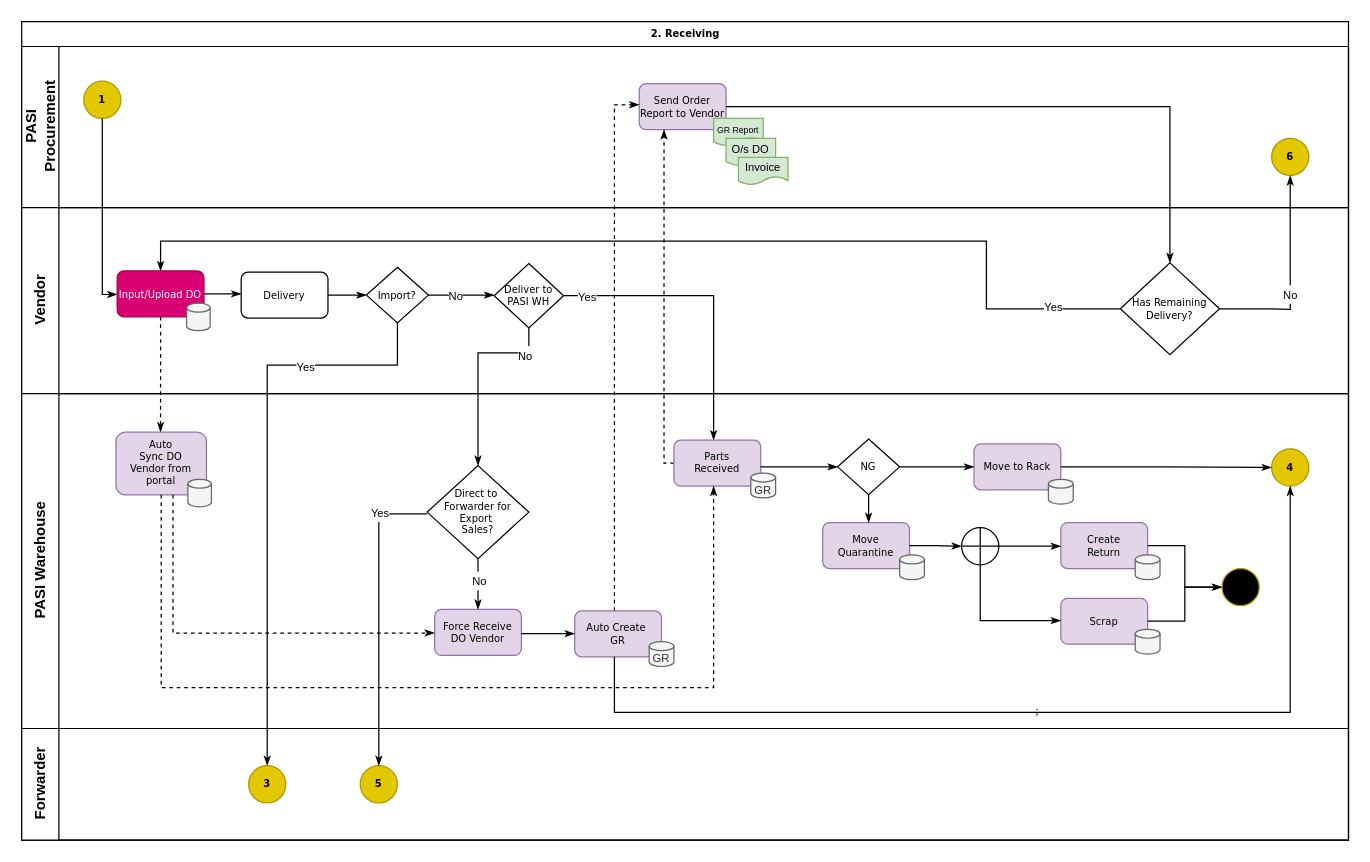
This is page "2. Receiving" (3 of 7) of PASI - WMS.drawio from hendrasaputra0501/pasi-bpa, a draw.io file, before an edit. Source tidied: cells renumbered, new cells numbered last; positions are measured from the earlier drawing's top-left corner, leaving out a move shared by most shapes. Both pictures are drawn from the tidied source at 124%, with x=0, y=0 at pixel (21, 21).
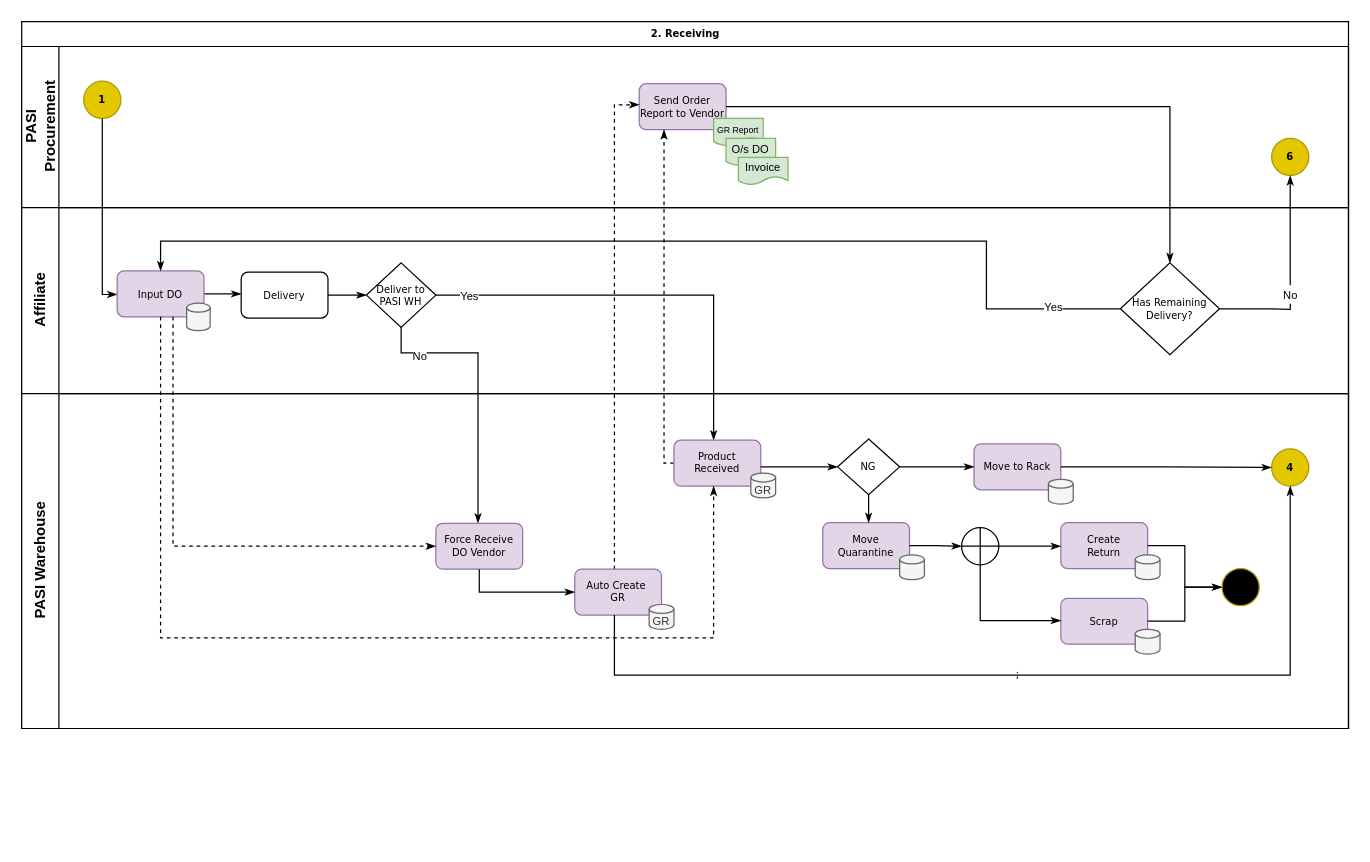
The same diagram, later.

Unchanged cells that the change refers to:
```xml
<mxCell id="13" value="Delivery" style="rounded=1;whiteSpace=wrap;html=1;shadow=0;labelBackgroundColor=none;strokeWidth=1;fontFamily=Verdana;fontSize=8;align=center;" parent="12" vertex="1">
  <mxGeometry x="177" y="52" width="70" height="37" as="geometry" />
</mxCell>
<mxCell id="32" value="PASI Warehouse" style="swimlane;html=1;startSize=30;horizontal=0;" parent="2" vertex="1">
  <mxGeometry y="300" width="1070" height="270" as="geometry" />
</mxCell>
<mxCell id="55" value="&lt;b&gt;4&lt;/b&gt;" style="ellipse;whiteSpace=wrap;html=1;rounded=0;shadow=0;labelBackgroundColor=none;strokeWidth=1;fontFamily=Verdana;fontSize=8;align=center;fillColor=#e3c800;strokeColor=#B09500;verticalAlign=middle;fontColor=#000000;" parent="32" vertex="1">
  <mxGeometry x="1008" y="44.5" width="30" height="30" as="geometry" />
</mxCell>
```

Change to the diagram source:
```diff
@@
     <mxCell id="2" value="2. Receiving" style="swimlane;html=1;horizontal=1;startSize=20;rounded=0;shadow=0;labelBackgroundColor=none;strokeWidth=1;fontFamily=Verdana;fontSize=8;align=center;" parent="1" vertex="1">
-      <mxGeometry width="1070" height="660" as="geometry" />
+      <mxGeometry width="1070" height="570" as="geometry" />
     </mxCell>
@@
-    <mxCell id="12" value="Vendor" style="swimlane;html=1;startSize=30;horizontal=0;" parent="2" vertex="1">
+    <mxCell id="12" value="Affiliate" style="swimlane;html=1;startSize=30;horizontal=0;" parent="2" vertex="1">
       <mxGeometry y="150" width="1070" height="150" as="geometry" />
     </mxCell>
@@
-    <mxCell id="16" value="Input/Upload DO" style="rounded=1;whiteSpace=wrap;html=1;shadow=0;labelBackgroundColor=none;strokeWidth=1;fontFamily=Verdana;fontSize=8;align=center;strokeColor=#A50040;verticalAlign=middle;fontColor=#ffffff;fillColor=#d80073;" parent="12" vertex="1">
+    <mxCell id="16" value="Input DO" style="rounded=1;whiteSpace=wrap;html=1;shadow=0;labelBackgroundColor=none;strokeWidth=1;fontFamily=Verdana;fontSize=8;align=center;strokeColor=#9673a6;verticalAlign=middle;fontColor=default;fillColor=#e1d5e7;" parent="12" vertex="1">
       <mxGeometry x="77" y="51" width="70" height="37" as="geometry" />
     </mxCell>
@@
-    <mxCell id="18" value="Import?" style="strokeWidth=1;html=1;shape=mxgraph.flowchart.decision;whiteSpace=wrap;rounded=1;shadow=0;labelBackgroundColor=none;fontFamily=Verdana;fontSize=8;align=center;" parent="12" vertex="1">
-      <mxGeometry x="278" y="48" width="50" height="45" as="geometry" />
-    </mxCell>
-    <mxCell id="19" style="edgeStyle=orthogonalEdgeStyle;rounded=0;html=1;labelBackgroundColor=none;startArrow=none;startFill=0;startSize=5;endArrow=classicThin;endFill=1;endSize=5;jettySize=auto;strokeWidth=1;fontFamily=Verdana;fontSize=8;" parent="12" edge="1" source="13" target="18">
+    <mxCell id="19" style="edgeStyle=orthogonalEdgeStyle;rounded=0;html=1;labelBackgroundColor=none;startArrow=none;startFill=0;startSize=5;endArrow=classicThin;endFill=1;endSize=5;jettySize=auto;strokeWidth=1;fontFamily=Verdana;fontSize=8;" parent="12" edge="1" source="13" target="20">
       <mxGeometry relative="1" as="geometry" />
     </mxCell>
     <mxCell id="20" value="Deliver to PASI WH" style="strokeWidth=1;html=1;shape=mxgraph.flowchart.decision;whiteSpace=wrap;rounded=1;shadow=0;labelBackgroundColor=none;fontFamily=Verdana;fontSize=8;align=center;" parent="12" vertex="1">
-      <mxGeometry x="381" y="45" width="56" height="52" as="geometry" />
+      <mxGeometry x="278" y="44.5" width="56" height="52" as="geometry" />
     </mxCell>
-    <mxCell id="21" style="edgeStyle=orthogonalEdgeStyle;rounded=0;html=1;labelBackgroundColor=none;startArrow=none;startFill=0;startSize=5;endArrow=classicThin;endFill=1;endSize=5;jettySize=auto;strokeWidth=1;fontFamily=Verdana;fontSize=8;" parent="12" edge="1" source="18" target="20">
-      <mxGeometry relative="1" as="geometry">
-        <Array as="points">
-          <mxPoint x="368" y="70" />
-          <mxPoint x="368" y="70" />
-        </Array>
-      </mxGeometry>
-    </mxCell>
-    <mxCell id="22" value="&lt;font style=&quot;font-size: 9px;&quot;&gt;No&lt;/font&gt;" style="edgeLabel;html=1;align=center;verticalAlign=middle;fontSize=12;" parent="21" vertex="1">
-      <mxGeometry x="-0.19" relative="1" as="geometry" />
-    </mxCell>
@@
-    <mxCell id="28" style="edgeStyle=orthogonalEdgeStyle;rounded=0;html=1;labelBackgroundColor=none;startArrow=none;startFill=0;startSize=5;endArrow=classicThin;endFill=1;endSize=5;jettySize=auto;strokeWidth=1;fontFamily=Verdana;fontSize=8;" parent="2" edge="1" source="20" target="63">
+    <mxCell id="28" style="edgeStyle=orthogonalEdgeStyle;rounded=0;html=1;labelBackgroundColor=none;startArrow=none;startFill=0;startSize=5;endArrow=classicThin;endFill=1;endSize=5;jettySize=auto;strokeWidth=1;fontFamily=Verdana;fontSize=8;" parent="2" edge="1" source="20" target="35">
       <mxGeometry relative="1" as="geometry">
         <Array as="points">
-          <mxPoint x="409" y="267" />
+          <mxPoint x="306" y="267" />
           <mxPoint x="368" y="267" />
         </Array>
       </mxGeometry>
     </mxCell>
@@
-    <mxCell id="30" style="edgeStyle=orthogonalEdgeStyle;rounded=0;html=1;labelBackgroundColor=none;startArrow=none;startFill=0;startSize=5;endArrow=classicThin;endFill=1;endSize=5;jettySize=auto;strokeWidth=1;fontFamily=Verdana;fontSize=8;dashed=1;" parent="2" edge="1" source="16" target="37">
-      <mxGeometry relative="1" as="geometry">
-        <Array as="points">
-          <mxPoint x="112" y="237" />
-          <mxPoint x="112" y="237" />
-        </Array>
-      </mxGeometry>
-    </mxCell>
@@
-    <mxCell id="33" value="&lt;div&gt;Parts&lt;/div&gt;&lt;div&gt;Received&lt;/div&gt;" style="rounded=1;whiteSpace=wrap;html=1;shadow=0;labelBackgroundColor=none;strokeWidth=1;fontFamily=Verdana;fontSize=8;align=center;fillColor=#e1d5e7;strokeColor=#9673a6;" parent="32" vertex="1">
+    <mxCell id="33" value="&lt;div&gt;Product&lt;/div&gt;&lt;div&gt;Received&lt;/div&gt;" style="rounded=1;whiteSpace=wrap;html=1;shadow=0;labelBackgroundColor=none;strokeWidth=1;fontFamily=Verdana;fontSize=8;align=center;fillColor=#e1d5e7;strokeColor=#9673a6;" parent="32" vertex="1">
       <mxGeometry x="526" y="37.5" width="70" height="37" as="geometry" />
     </mxCell>
@@
     <mxCell id="35" value="&lt;div&gt;Force Receive DO Vendor&lt;/div&gt;" style="rounded=1;whiteSpace=wrap;html=1;shadow=0;labelBackgroundColor=none;strokeWidth=1;fontFamily=Verdana;fontSize=8;align=center;fillColor=#e1d5e7;strokeColor=#9673a6;" parent="32" vertex="1">
-      <mxGeometry x="333" y="174" width="70" height="37" as="geometry" />
+      <mxGeometry x="334" y="104.5" width="70" height="37" as="geometry" />
     </mxCell>
@@
-    <mxCell id="37" value="&lt;div&gt;Auto&lt;/div&gt;&lt;div&gt;Sync DO&lt;/div&gt;&lt;div&gt;Vendor from portal&lt;/div&gt;" style="rounded=1;whiteSpace=wrap;html=1;shadow=0;labelBackgroundColor=none;strokeWidth=1;fontFamily=Verdana;fontSize=8;align=center;fillColor=#e1d5e7;strokeColor=#9673a6;" parent="32" vertex="1">
-      <mxGeometry x="76" y="31" width="73" height="50.5" as="geometry" />
-    </mxCell>
-    <mxCell id="38" style="shape=cylinder3;whiteSpace=wrap;html=1;boundedLbl=1;backgroundOutline=1;size=3.6117782592773438;fillColor=#f5f5f5;fontColor=#333333;strokeColor=#666666;" parent="32" vertex="1">
-      <mxGeometry x="134" y="69" width="19" height="22.2" as="geometry" />
-    </mxCell>
-    <mxCell id="39" style="edgeStyle=orthogonalEdgeStyle;rounded=0;html=1;labelBackgroundColor=none;startArrow=none;startFill=0;startSize=5;endArrow=classicThin;endFill=1;endSize=5;jettySize=auto;strokeWidth=1;fontFamily=Verdana;fontSize=8;dashed=1;" parent="32" edge="1" source="37" target="33">
-      <mxGeometry relative="1" as="geometry">
-        <Array as="points">
-          <mxPoint x="112" y="237" />
-          <mxPoint x="558" y="237" />
-        </Array>
-      </mxGeometry>
-    </mxCell>
@@
     <mxCell id="59" value="&lt;div&gt;Auto Create&amp;nbsp;&lt;/div&gt;&lt;div&gt;GR&lt;/div&gt;" style="rounded=1;whiteSpace=wrap;html=1;shadow=0;labelBackgroundColor=none;strokeWidth=1;fontFamily=Verdana;fontSize=8;align=center;fillColor=#e1d5e7;strokeColor=#9673a6;" parent="32" vertex="1">
-      <mxGeometry x="446" y="175.2" width="70" height="37" as="geometry" />
+      <mxGeometry x="446" y="141.5" width="70" height="37" as="geometry" />
     </mxCell>
     <mxCell id="60" value="&lt;font style=&quot;font-size: 9px;&quot;&gt;GR&lt;/font&gt;" style="shape=cylinder3;whiteSpace=wrap;html=1;boundedLbl=1;backgroundOutline=1;size=3.6117782592773438;fillColor=#f5f5f5;fontColor=#333333;strokeColor=#666666;" parent="32" vertex="1">
-      <mxGeometry x="506" y="200" width="20" height="20" as="geometry" />
+      <mxGeometry x="506" y="170" width="20" height="20" as="geometry" />
     </mxCell>
     <mxCell id="61" style="edgeStyle=orthogonalEdgeStyle;rounded=0;html=1;labelBackgroundColor=none;startArrow=none;startFill=0;startSize=5;endArrow=classicThin;endFill=1;endSize=5;jettySize=auto;strokeWidth=1;fontFamily=Verdana;fontSize=8;" parent="32" edge="1" source="35" target="59">
       <mxGeometry relative="1" as="geometry">
         <Array as="points">
-          <mxPoint x="416" y="193.5" />
-          <mxPoint x="416" y="193.5" />
+          <mxPoint x="369" y="160" />
         </Array>
       </mxGeometry>
     </mxCell>
     <mxCell id="62" value=";" style="edgeStyle=orthogonalEdgeStyle;rounded=0;html=1;labelBackgroundColor=none;startArrow=none;startFill=0;startSize=5;endArrow=classicThin;endFill=1;endSize=5;jettySize=auto;strokeWidth=1;fontFamily=Verdana;fontSize=8;" parent="32" edge="1" source="59" target="55">
       <mxGeometry relative="1" as="geometry">
         <Array as="points">
-          <mxPoint x="478" y="257" />
-          <mxPoint x="1023" y="257" />
+          <mxPoint x="478" y="227" />
+          <mxPoint x="1023" y="227" />
         </Array>
       </mxGeometry>
     </mxCell>
-    <mxCell id="63" value="&lt;div&gt;Direct to&amp;nbsp;&lt;/div&gt;&lt;div&gt;Forwarder for&lt;/div&gt;&lt;div&gt;Export&amp;nbsp;&lt;/div&gt;&lt;div&gt;Sales?&lt;br&gt;&lt;/div&gt;" style="strokeWidth=1;html=1;shape=mxgraph.flowchart.decision;whiteSpace=wrap;rounded=1;shadow=0;labelBackgroundColor=none;fontFamily=Verdana;fontSize=8;align=center;" parent="32" vertex="1">
-      <mxGeometry x="327" y="58" width="82" height="75" as="geometry" />
-    </mxCell>
-    <mxCell id="64" style="edgeStyle=orthogonalEdgeStyle;rounded=0;html=1;labelBackgroundColor=none;startArrow=none;startFill=0;startSize=5;endArrow=classicThin;endFill=1;endSize=5;jettySize=auto;strokeWidth=1;fontFamily=Verdana;fontSize=8;" parent="32" edge="1" source="63" target="35">
-      <mxGeometry relative="1" as="geometry" />
-    </mxCell>
-    <mxCell id="65" value="&lt;font style=&quot;font-size: 9px;&quot;&gt;No&lt;/font&gt;" style="edgeLabel;html=1;align=center;verticalAlign=middle;fontSize=12;" parent="64" vertex="1">
-      <mxGeometry x="-0.07" y="-1" relative="1" as="geometry">
-        <mxPoint x="1" y="-2" as="offset" />
-      </mxGeometry>
-    </mxCell>
@@
-    <mxCell id="67" style="edgeStyle=orthogonalEdgeStyle;rounded=0;html=1;labelBackgroundColor=none;startArrow=none;startFill=0;startSize=5;endArrow=classicThin;endFill=1;endSize=5;jettySize=auto;strokeWidth=1;fontFamily=Verdana;fontSize=8;dashed=1;" parent="32" edge="1" source="37" target="35">
-      <mxGeometry relative="1" as="geometry">
-        <Array as="points">
-          <mxPoint x="122" y="193" />
-        </Array>
-      </mxGeometry>
-    </mxCell>
-    <mxCell id="68" style="edgeStyle=orthogonalEdgeStyle;rounded=0;html=1;labelBackgroundColor=none;startArrow=none;startFill=0;startSize=5;endArrow=classicThin;endFill=1;endSize=5;jettySize=auto;strokeWidth=1;fontFamily=Verdana;fontSize=8;" parent="2" edge="1" source="18" target="71">
-      <mxGeometry relative="1" as="geometry">
-        <Array as="points">
-          <mxPoint x="303" y="277" />
-          <mxPoint x="198" y="277" />
-        </Array>
-      </mxGeometry>
-    </mxCell>
-    <mxCell id="69" value="&lt;font style=&quot;font-size: 9px;&quot;&gt;Yes&lt;/font&gt;" style="edgeLabel;html=1;align=center;verticalAlign=middle;fontSize=12;" parent="68" vertex="1">
-      <mxGeometry x="-0.53" relative="1" as="geometry" />
-    </mxCell>
-    <mxCell id="70" value="Forwarder" style="swimlane;html=1;startSize=30;horizontal=0;" parent="2" vertex="1">
-      <mxGeometry y="570" width="1070" height="90" as="geometry" />
-    </mxCell>
-    <mxCell id="71" value="&lt;b&gt;3&lt;/b&gt;" style="ellipse;whiteSpace=wrap;html=1;rounded=0;shadow=0;labelBackgroundColor=none;strokeWidth=1;fontFamily=Verdana;fontSize=8;align=center;fillColor=#e3c800;fontColor=#000000;strokeColor=#B09500;" parent="70" vertex="1">
-      <mxGeometry x="183" y="30" width="30" height="30" as="geometry" />
-    </mxCell>
-    <mxCell id="72" value="&lt;b&gt;5&lt;/b&gt;" style="ellipse;whiteSpace=wrap;html=1;rounded=0;shadow=0;labelBackgroundColor=none;strokeWidth=1;fontFamily=Verdana;fontSize=8;align=center;fillColor=#e3c800;fontColor=#000000;strokeColor=#B09500;" parent="70" vertex="1">
-      <mxGeometry x="273" y="30" width="30" height="30" as="geometry" />
-    </mxCell>
-    <mxCell id="73" style="edgeStyle=orthogonalEdgeStyle;rounded=0;html=1;labelBackgroundColor=none;startArrow=none;startFill=0;startSize=5;endArrow=classicThin;endFill=1;endSize=5;jettySize=auto;strokeWidth=1;fontFamily=Verdana;fontSize=8;" parent="2" edge="1" source="63" target="72">
-      <mxGeometry relative="1" as="geometry">
-        <Array as="points">
-          <mxPoint x="288" y="397" />
-        </Array>
-      </mxGeometry>
-    </mxCell>
-    <mxCell id="74" value="&lt;font style=&quot;font-size: 9px;&quot;&gt;Yes&lt;/font&gt;" style="edgeLabel;html=1;align=center;verticalAlign=middle;fontSize=12;" parent="73" vertex="1">
-      <mxGeometry x="-0.65" relative="1" as="geometry">
-        <mxPoint y="-5" as="offset" />
-      </mxGeometry>
-    </mxCell>
@@
+    <mxCell id="39" style="edgeStyle=orthogonalEdgeStyle;rounded=0;html=1;labelBackgroundColor=none;startArrow=none;startFill=0;startSize=5;endArrow=classicThin;endFill=1;endSize=5;jettySize=auto;strokeWidth=1;fontFamily=Verdana;fontSize=8;dashed=1;" parent="2" edge="1" source="16" target="33">
+      <mxGeometry relative="1" as="geometry">
+        <Array as="points">
+          <mxPoint x="112" y="497" />
+          <mxPoint x="558" y="497" />
+        </Array>
+      </mxGeometry>
+    </mxCell>
+    <mxCell id="67" style="edgeStyle=orthogonalEdgeStyle;rounded=0;html=1;labelBackgroundColor=none;startArrow=none;startFill=0;startSize=5;endArrow=classicThin;endFill=1;endSize=5;jettySize=auto;strokeWidth=1;fontFamily=Verdana;fontSize=8;dashed=1;" parent="2" edge="1" source="16" target="35">
+      <mxGeometry relative="1" as="geometry">
+        <Array as="points">
+          <mxPoint x="122" y="423" />
+        </Array>
+      </mxGeometry>
+    </mxCell>
```
